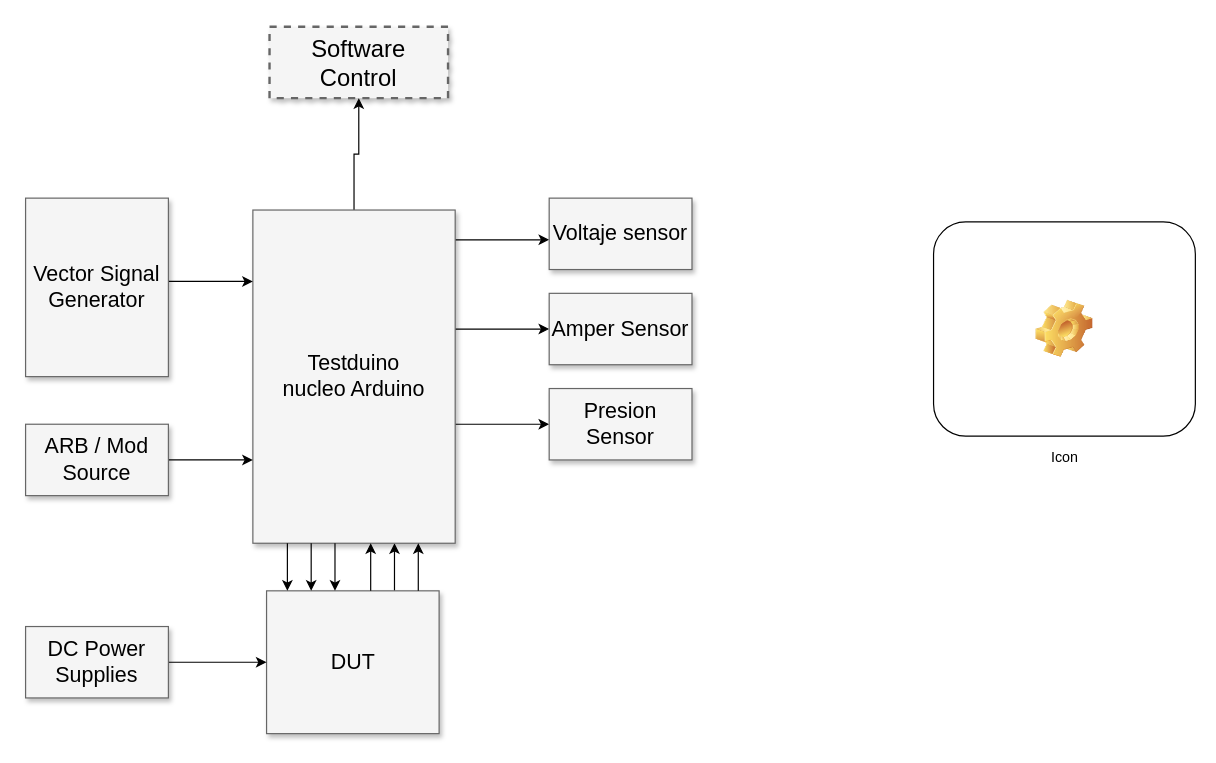
lordHodges/docsTestduino keeps this draw.io diagram as RDI1_Draw/RDI1_.drawio. Above is the earlier version. Source tidied: cells renumbered, new cells numbered last; positions are measured from the earlier drawing's top-left corner, leaving out a move shared by most shapes. Both pictures are drawn from the tidied source at 119%, with x=0, y=0 at pixel (25, 26).
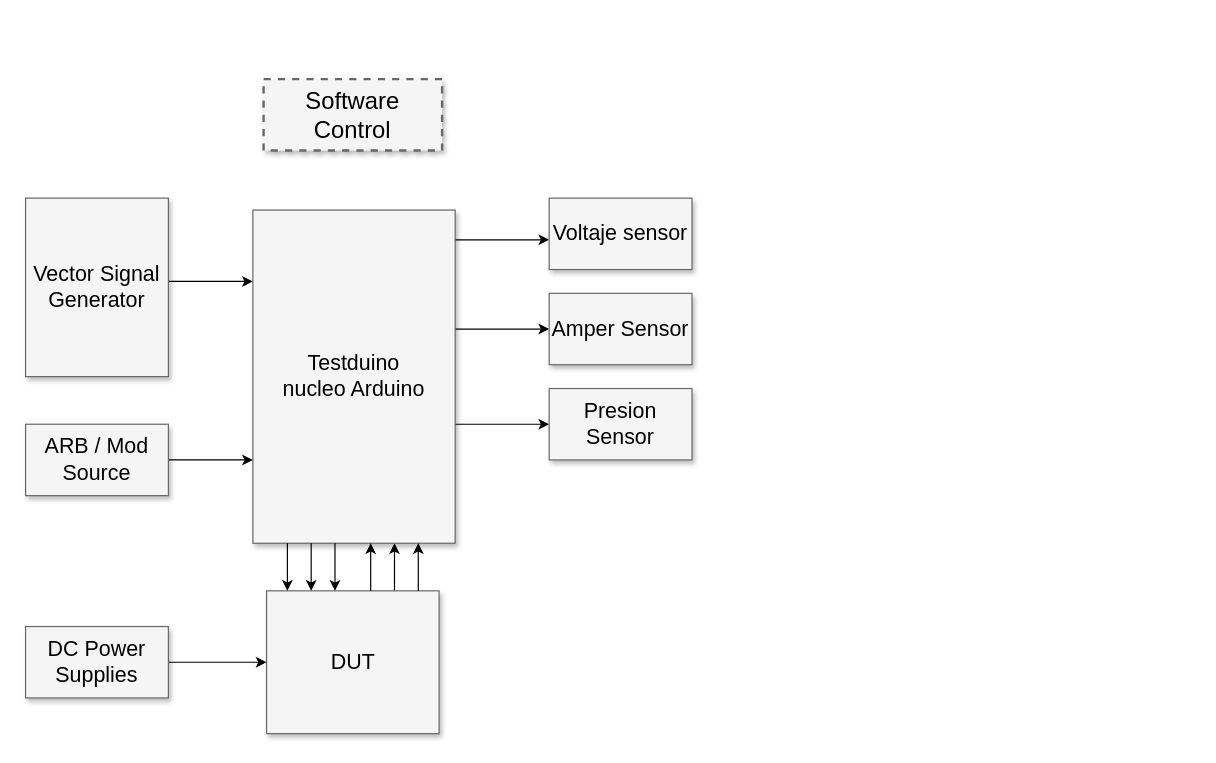
After the change.

Commit message:
Revert "iniciando Repositorio Documntacion. open #1"

The change refers to these unchanged cells:
```xml
<mxCell id="8" value="Testduino&lt;br&gt;nucleo Arduino" style="whiteSpace=wrap;html=1;shadow=1;fontSize=18;fillColor=#f5f5f5;strokeColor=#666666;" parent="1" vertex="1">
  <mxGeometry x="191" y="154" width="170" height="280" as="geometry" />
</mxCell>
```

Change to the diagram source:
```diff
@@
     <mxCell id="2" value="Software Control" style="whiteSpace=wrap;html=1;shadow=1;fontSize=20;fillColor=#f5f5f5;strokeColor=#666666;strokeWidth=2;dashed=1;" parent="1" vertex="1">
-      <mxGeometry x="205" width="150" height="60" as="geometry" />
+      <mxGeometry x="200" y="44" width="150" height="60" as="geometry" />
     </mxCell>
@@
-    <mxCell id="7" style="edgeStyle=orthogonalEdgeStyle;rounded=0;jettySize=auto;html=1;" parent="1" edge="1" source="8" target="2">
-      <mxGeometry relative="1" as="geometry" />
-    </mxCell>
@@
-    <mxCell id="24" value="Icon" style="icon;html=1;image=img/clipart/Gear_128x128.png;" parent="1" vertex="1">
-      <mxGeometry x="763" y="164" width="220" height="180" as="geometry" />
-    </mxCell>
```
